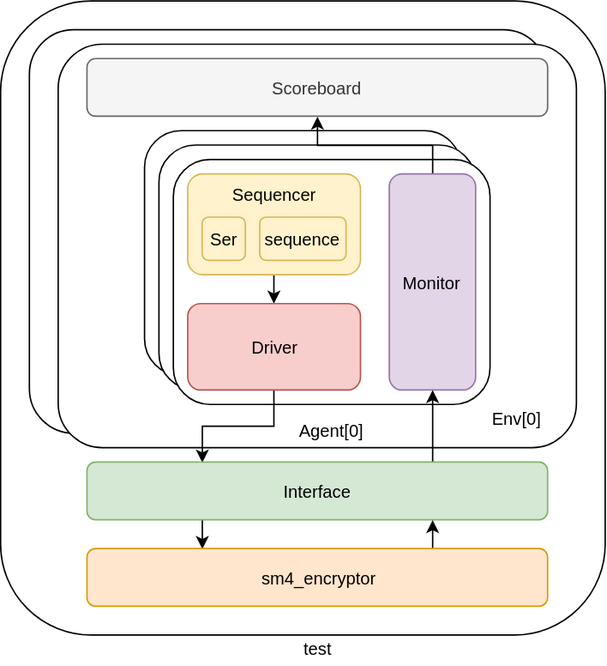
Earlier version of the draw.io export doc/uvm.svg (buzhonghua/SM4Encryptor). Source tidied: cells renumbered, new cells last; positions are measured from the earlier drawing's top-left corner, leaving out a move shared by most shapes. Its diagram source:
```xml
<mxGraphModel>
  <root>
    <mxCell id="0" />
    <mxCell id="1" parent="0" />
    <mxCell id="2" style="rounded=1;whiteSpace=wrap;html=1;fillColor=none;" parent="1" vertex="1">
      <mxGeometry width="420" height="440" as="geometry" />
    </mxCell>
    <mxCell id="3" style="rounded=1;whiteSpace=wrap;html=1;arcSize=11;" parent="1" vertex="1">
      <mxGeometry x="20" y="20" width="360" height="280" as="geometry" />
    </mxCell>
    <mxCell id="4" style="rounded=1;whiteSpace=wrap;html=1;arcSize=11;" parent="1" vertex="1">
      <mxGeometry x="40" y="30" width="360" height="280" as="geometry" />
    </mxCell>
    <mxCell id="5" style="rounded=1;whiteSpace=wrap;html=1;" parent="1" vertex="1">
      <mxGeometry x="100" y="90" width="220" height="170" as="geometry" />
    </mxCell>
    <mxCell id="6" style="rounded=1;whiteSpace=wrap;html=1;" parent="1" vertex="1">
      <mxGeometry x="110" y="100" width="220" height="170" as="geometry" />
    </mxCell>
    <mxCell id="7" value="&lt;br&gt;&lt;br&gt;&lt;br&gt;&lt;br&gt;&lt;br&gt;&lt;br&gt;&lt;br&gt;&lt;br&gt;&lt;br&gt;&lt;br&gt;&lt;br&gt;&lt;br&gt;&lt;br&gt;&lt;br&gt;Agent[0]" style="rounded=1;whiteSpace=wrap;html=1;" parent="1" vertex="1">
      <mxGeometry x="120" y="110" width="220" height="170" as="geometry" />
    </mxCell>
    <mxCell id="8" value="Scoreboard" style="rounded=1;whiteSpace=wrap;html=1;fillColor=#f5f5f5;strokeColor=#666666;fontColor=#333333;" parent="1" vertex="1">
      <mxGeometry x="60" y="40" width="320" height="40" as="geometry" />
    </mxCell>
    <mxCell id="9" style="edgeStyle=orthogonalEdgeStyle;rounded=0;jettySize=auto;html=1;exitX=0.5;exitY=1;exitDx=0;exitDy=0;entryX=0.5;entryY=0;entryDx=0;entryDy=0;" parent="1" edge="1" source="10" target="14">
      <mxGeometry relative="1" as="geometry" />
    </mxCell>
    <mxCell id="10" value="Sequencer&lt;br&gt;&lt;br&gt;&lt;br&gt;&lt;br&gt;" style="rounded=1;whiteSpace=wrap;html=1;fillColor=#fff2cc;strokeColor=#d6b656;" parent="1" vertex="1">
      <mxGeometry x="130" y="120" width="120" height="70" as="geometry" />
    </mxCell>
    <mxCell id="11" value="sequence" style="rounded=1;whiteSpace=wrap;html=1;fillColor=#fff2cc;strokeColor=#d6b656;" parent="1" vertex="1">
      <mxGeometry x="180" y="150" width="60" height="30" as="geometry" />
    </mxCell>
    <mxCell id="12" value="Ser" style="rounded=1;whiteSpace=wrap;html=1;fillColor=#fff2cc;strokeColor=#d6b656;" parent="1" vertex="1">
      <mxGeometry x="140" y="150" width="30" height="30" as="geometry" />
    </mxCell>
    <mxCell id="13" style="edgeStyle=orthogonalEdgeStyle;rounded=0;jettySize=auto;html=1;exitX=0.5;exitY=1;exitDx=0;exitDy=0;entryX=0.25;entryY=0;entryDx=0;entryDy=0;" parent="1" edge="1" source="14" target="19">
      <mxGeometry relative="1" as="geometry" />
    </mxCell>
    <mxCell id="14" value="Driver" style="rounded=1;whiteSpace=wrap;html=1;fillColor=#f8cecc;strokeColor=#b85450;" parent="1" vertex="1">
      <mxGeometry x="130" y="210" width="120" height="60" as="geometry" />
    </mxCell>
    <mxCell id="15" style="edgeStyle=orthogonalEdgeStyle;rounded=0;jettySize=auto;html=1;exitX=0.5;exitY=0;exitDx=0;exitDy=0;entryX=0.5;entryY=1;entryDx=0;entryDy=0;" parent="1" edge="1" source="16" target="8">
      <mxGeometry relative="1" as="geometry" />
    </mxCell>
    <mxCell id="16" value="Monitor" style="rounded=1;whiteSpace=wrap;html=1;fillColor=#e1d5e7;strokeColor=#9673a6;" parent="1" vertex="1">
      <mxGeometry x="270" y="120" width="60" height="150" as="geometry" />
    </mxCell>
    <mxCell id="17" style="edgeStyle=orthogonalEdgeStyle;rounded=0;jettySize=auto;html=1;exitX=0.25;exitY=1;exitDx=0;exitDy=0;entryX=0.25;entryY=0;entryDx=0;entryDy=0;" parent="1" edge="1" source="19" target="21">
      <mxGeometry relative="1" as="geometry" />
    </mxCell>
    <mxCell id="18" style="edgeStyle=orthogonalEdgeStyle;rounded=0;jettySize=auto;html=1;exitX=0.75;exitY=0;exitDx=0;exitDy=0;entryX=0.5;entryY=1;entryDx=0;entryDy=0;" parent="1" edge="1" source="19" target="16">
      <mxGeometry relative="1" as="geometry" />
    </mxCell>
    <mxCell id="19" value="Interface" style="rounded=1;whiteSpace=wrap;html=1;fillColor=#d5e8d4;strokeColor=#82b366;" parent="1" vertex="1">
      <mxGeometry x="60" y="320" width="320" height="40" as="geometry" />
    </mxCell>
    <mxCell id="20" style="edgeStyle=orthogonalEdgeStyle;rounded=0;jettySize=auto;html=1;exitX=0.75;exitY=0;exitDx=0;exitDy=0;entryX=0.75;entryY=1;entryDx=0;entryDy=0;" parent="1" edge="1" source="21" target="19">
      <mxGeometry relative="1" as="geometry" />
    </mxCell>
    <mxCell id="21" value="sm4_encryptor" style="rounded=1;whiteSpace=wrap;html=1;fillColor=#ffe6cc;strokeColor=#d79b00;" parent="1" vertex="1">
      <mxGeometry x="60" y="380" width="320" height="40" as="geometry" />
    </mxCell>
    <mxCell id="22" value="Env[0]" style="text;html=1;align=left;verticalAlign=top;spacingTop=-4;" parent="1" vertex="1">
      <mxGeometry x="340" y="280" width="50" height="20" as="geometry" />
    </mxCell>
    <mxCell id="23" value="test" style="text;html=1;align=center;verticalAlign=top;spacingTop=-4;" parent="1" vertex="1">
      <mxGeometry x="205" y="440" width="30" height="20" as="geometry" />
    </mxCell>
  </root>
</mxGraphModel>
```
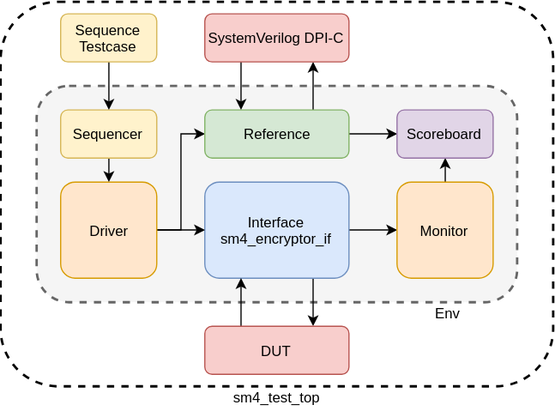
The same diagram one commit later.

Change to the diagram source:
```diff
@@ -2,71 +2,77 @@
   <root>
     <mxCell id="0" />
     <mxCell id="1" parent="0" />
-    <mxCell id="2" style="rounded=1;whiteSpace=wrap;html=1;fillColor=none;" parent="1" vertex="1">
-      <mxGeometry width="420" height="440" as="geometry" />
-    </mxCell>
-    <mxCell id="3" style="rounded=1;whiteSpace=wrap;html=1;arcSize=11;" parent="1" vertex="1">
-      <mxGeometry x="20" y="20" width="360" height="280" as="geometry" />
-    </mxCell>
-    <mxCell id="4" style="rounded=1;whiteSpace=wrap;html=1;arcSize=11;" parent="1" vertex="1">
-      <mxGeometry x="40" y="30" width="360" height="280" as="geometry" />
-    </mxCell>
-    <mxCell id="5" style="rounded=1;whiteSpace=wrap;html=1;" parent="1" vertex="1">
-      <mxGeometry x="100" y="90" width="220" height="170" as="geometry" />
-    </mxCell>
-    <mxCell id="6" style="rounded=1;whiteSpace=wrap;html=1;" parent="1" vertex="1">
-      <mxGeometry x="110" y="100" width="220" height="170" as="geometry" />
-    </mxCell>
-    <mxCell id="7" value="&lt;br&gt;&lt;br&gt;&lt;br&gt;&lt;br&gt;&lt;br&gt;&lt;br&gt;&lt;br&gt;&lt;br&gt;&lt;br&gt;&lt;br&gt;&lt;br&gt;&lt;br&gt;&lt;br&gt;&lt;br&gt;Agent[0]" style="rounded=1;whiteSpace=wrap;html=1;" parent="1" vertex="1">
-      <mxGeometry x="120" y="110" width="220" height="170" as="geometry" />
-    </mxCell>
-    <mxCell id="8" value="Scoreboard" style="rounded=1;whiteSpace=wrap;html=1;fillColor=#f5f5f5;strokeColor=#666666;fontColor=#333333;" parent="1" vertex="1">
-      <mxGeometry x="60" y="40" width="320" height="40" as="geometry" />
-    </mxCell>
-    <mxCell id="9" style="edgeStyle=orthogonalEdgeStyle;rounded=0;jettySize=auto;html=1;exitX=0.5;exitY=1;exitDx=0;exitDy=0;entryX=0.5;entryY=0;entryDx=0;entryDy=0;" parent="1" edge="1" source="10" target="14">
-      <mxGeometry relative="1" as="geometry" />
-    </mxCell>
-    <mxCell id="10" value="Sequencer&lt;br&gt;&lt;br&gt;&lt;br&gt;&lt;br&gt;" style="rounded=1;whiteSpace=wrap;html=1;fillColor=#fff2cc;strokeColor=#d6b656;" parent="1" vertex="1">
-      <mxGeometry x="130" y="120" width="120" height="70" as="geometry" />
-    </mxCell>
-    <mxCell id="11" value="sequence" style="rounded=1;whiteSpace=wrap;html=1;fillColor=#fff2cc;strokeColor=#d6b656;" parent="1" vertex="1">
-      <mxGeometry x="180" y="150" width="60" height="30" as="geometry" />
-    </mxCell>
-    <mxCell id="12" value="Ser" style="rounded=1;whiteSpace=wrap;html=1;fillColor=#fff2cc;strokeColor=#d6b656;" parent="1" vertex="1">
-      <mxGeometry x="140" y="150" width="30" height="30" as="geometry" />
-    </mxCell>
-    <mxCell id="13" style="edgeStyle=orthogonalEdgeStyle;rounded=0;jettySize=auto;html=1;exitX=0.5;exitY=1;exitDx=0;exitDy=0;entryX=0.25;entryY=0;entryDx=0;entryDy=0;" parent="1" edge="1" source="14" target="19">
-      <mxGeometry relative="1" as="geometry" />
-    </mxCell>
+    <mxCell id="24" style="rounded=1;whiteSpace=wrap;html=1;dashed=1;strokeWidth=2;" parent="1" vertex="1">
+      <mxGeometry x="130" y="-30" width="460" height="320" as="geometry" />
+    </mxCell>
+    <mxCell id="25" style="rounded=1;whiteSpace=wrap;html=1;fillColor=#f5f5f5;strokeColor=#666666;fontColor=#333333;strokeWidth=2;dashed=1;" parent="1" vertex="1">
+      <mxGeometry x="160" y="40" width="400" height="180" as="geometry" />
+    </mxCell>
+    <mxCell id="26" style="edgeStyle=orthogonalEdgeStyle;rounded=0;jettySize=auto;html=1;exitX=1;exitY=0.5;exitDx=0;exitDy=0;entryX=0;entryY=0.5;entryDx=0;entryDy=0;" parent="1" edge="1" source="28" target="16">
+      <mxGeometry relative="1" as="geometry" />
+    </mxCell>
+    <mxCell id="27" style="edgeStyle=orthogonalEdgeStyle;rounded=0;jettySize=auto;html=1;exitX=0.75;exitY=1;exitDx=0;exitDy=0;entryX=0.75;entryY=0;entryDx=0;entryDy=0;" parent="1" edge="1" source="28" target="37">
+      <mxGeometry relative="1" as="geometry" />
+    </mxCell>
+    <mxCell id="28" value="Interface&lt;br&gt;sm4_encryptor_if" style="rounded=1;whiteSpace=wrap;html=1;fillColor=#dae8fc;strokeColor=#6c8ebf;" parent="1" vertex="1">
+      <mxGeometry x="300" y="120" width="120" height="80" as="geometry" />
+    </mxCell>
+    <mxCell id="29" style="edgeStyle=orthogonalEdgeStyle;rounded=0;jettySize=auto;html=1;exitX=1;exitY=0.5;exitDx=0;exitDy=0;entryX=0;entryY=0.5;entryDx=0;entryDy=0;" parent="1" edge="1" source="14" target="28">
+      <mxGeometry relative="1" as="geometry" />
+    </mxCell>
+    <mxCell id="30" style="edgeStyle=orthogonalEdgeStyle;rounded=0;jettySize=auto;html=1;exitX=1;exitY=0.5;exitDx=0;exitDy=0;entryX=0;entryY=0.5;entryDx=0;entryDy=0;" parent="1" edge="1" source="14" target="33">
+      <mxGeometry relative="1" as="geometry" />
+    </mxCell>
-    <mxCell id="14" value="Driver" style="rounded=1;whiteSpace=wrap;html=1;fillColor=#f8cecc;strokeColor=#b85450;" parent="1" vertex="1">
-      <mxGeometry x="130" y="210" width="120" height="60" as="geometry" />
+    <mxCell id="14" value="Driver" style="rounded=1;whiteSpace=wrap;html=1;fillColor=#ffe6cc;strokeColor=#d79b00;" parent="1" vertex="1">
+      <mxGeometry x="180" y="120" width="80" height="80" as="geometry" />
     </mxCell>
     <mxCell id="15" style="edgeStyle=orthogonalEdgeStyle;rounded=0;jettySize=auto;html=1;exitX=0.5;exitY=0;exitDx=0;exitDy=0;entryX=0.5;entryY=1;entryDx=0;entryDy=0;" parent="1" edge="1" source="16" target="8">
       <mxGeometry relative="1" as="geometry" />
     </mxCell>
-    <mxCell id="16" value="Monitor" style="rounded=1;whiteSpace=wrap;html=1;fillColor=#e1d5e7;strokeColor=#9673a6;" parent="1" vertex="1">
-      <mxGeometry x="270" y="120" width="60" height="150" as="geometry" />
+    <mxCell id="16" value="Monitor" style="rounded=1;whiteSpace=wrap;html=1;fillColor=#ffe6cc;strokeColor=#d79b00;" parent="1" vertex="1">
+      <mxGeometry x="460" y="120" width="80" height="80" as="geometry" />
     </mxCell>
-    <mxCell id="17" style="edgeStyle=orthogonalEdgeStyle;rounded=0;jettySize=auto;html=1;exitX=0.25;exitY=1;exitDx=0;exitDy=0;entryX=0.25;entryY=0;entryDx=0;entryDy=0;" parent="1" edge="1" source="19" target="21">
-      <mxGeometry relative="1" as="geometry" />
-    </mxCell>
-    <mxCell id="18" style="edgeStyle=orthogonalEdgeStyle;rounded=0;jettySize=auto;html=1;exitX=0.75;exitY=0;exitDx=0;exitDy=0;entryX=0.5;entryY=1;entryDx=0;entryDy=0;" parent="1" edge="1" source="19" target="16">
-      <mxGeometry relative="1" as="geometry" />
-    </mxCell>
-    <mxCell id="19" value="Interface" style="rounded=1;whiteSpace=wrap;html=1;fillColor=#d5e8d4;strokeColor=#82b366;" parent="1" vertex="1">
-      <mxGeometry x="60" y="320" width="320" height="40" as="geometry" />
-    </mxCell>
-    <mxCell id="20" style="edgeStyle=orthogonalEdgeStyle;rounded=0;jettySize=auto;html=1;exitX=0.75;exitY=0;exitDx=0;exitDy=0;entryX=0.75;entryY=1;entryDx=0;entryDy=0;" parent="1" edge="1" source="21" target="19">
-      <mxGeometry relative="1" as="geometry" />
-    </mxCell>
-    <mxCell id="21" value="sm4_encryptor" style="rounded=1;whiteSpace=wrap;html=1;fillColor=#ffe6cc;strokeColor=#d79b00;" parent="1" vertex="1">
-      <mxGeometry x="60" y="380" width="320" height="40" as="geometry" />
-    </mxCell>
-    <mxCell id="22" value="Env[0]" style="text;html=1;align=left;verticalAlign=top;spacingTop=-4;" parent="1" vertex="1">
-      <mxGeometry x="340" y="280" width="50" height="20" as="geometry" />
-    </mxCell>
-    <mxCell id="23" value="test" style="text;html=1;align=center;verticalAlign=top;spacingTop=-4;" parent="1" vertex="1">
-      <mxGeometry x="205" y="440" width="30" height="20" as="geometry" />
-    </mxCell>
+    <mxCell id="31" style="edgeStyle=orthogonalEdgeStyle;rounded=0;jettySize=auto;html=1;exitX=0.75;exitY=0;exitDx=0;exitDy=0;entryX=0.75;entryY=1;entryDx=0;entryDy=0;" parent="1" edge="1" source="33" target="35">
+      <mxGeometry relative="1" as="geometry" />
+    </mxCell>
+    <mxCell id="32" style="edgeStyle=orthogonalEdgeStyle;rounded=0;jettySize=auto;html=1;exitX=1;exitY=0.5;exitDx=0;exitDy=0;entryX=0;entryY=0.5;entryDx=0;entryDy=0;" parent="1" edge="1" source="33" target="8">
+      <mxGeometry relative="1" as="geometry" />
+    </mxCell>
+    <mxCell id="33" value="Reference" style="rounded=1;whiteSpace=wrap;html=1;fillColor=#d5e8d4;strokeColor=#82b366;" parent="1" vertex="1">
+      <mxGeometry x="300" y="60" width="120" height="40" as="geometry" />
+    </mxCell>
+    <mxCell id="34" style="edgeStyle=orthogonalEdgeStyle;rounded=0;jettySize=auto;html=1;exitX=0.25;exitY=1;exitDx=0;exitDy=0;entryX=0.25;entryY=0;entryDx=0;entryDy=0;" parent="1" edge="1" source="35" target="33">
+      <mxGeometry relative="1" as="geometry" />
+    </mxCell>
+    <mxCell id="35" value="SystemVerilog DPI-C" style="rounded=1;whiteSpace=wrap;html=1;fillColor=#f8cecc;strokeColor=#b85450;" parent="1" vertex="1">
+      <mxGeometry x="300" y="-20" width="120" height="40" as="geometry" />
+    </mxCell>
+    <mxCell id="36" style="edgeStyle=orthogonalEdgeStyle;rounded=0;jettySize=auto;html=1;exitX=0.25;exitY=0;exitDx=0;exitDy=0;entryX=0.25;entryY=1;entryDx=0;entryDy=0;" parent="1" edge="1" source="37" target="28">
+      <mxGeometry relative="1" as="geometry" />
+    </mxCell>
+    <mxCell id="37" value="DUT" style="rounded=1;whiteSpace=wrap;html=1;fillColor=#f8cecc;strokeColor=#b85450;" parent="1" vertex="1">
+      <mxGeometry x="300" y="240" width="120" height="40" as="geometry" />
+    </mxCell>
+    <mxCell id="9" style="edgeStyle=orthogonalEdgeStyle;rounded=0;jettySize=auto;html=1;exitX=0.5;exitY=1;exitDx=0;exitDy=0;entryX=0.5;entryY=0;entryDx=0;entryDy=0;" parent="1" edge="1" source="10" target="14">
+      <mxGeometry relative="1" as="geometry" />
+    </mxCell>
+    <mxCell id="10" value="Sequencer" style="rounded=1;whiteSpace=wrap;html=1;fillColor=#fff2cc;strokeColor=#d6b656;" parent="1" vertex="1">
+      <mxGeometry x="180" y="60" width="80" height="40" as="geometry" />
+    </mxCell>
+    <mxCell id="8" value="Scoreboard" style="rounded=1;whiteSpace=wrap;html=1;fillColor=#e1d5e7;strokeColor=#9673a6;" parent="1" vertex="1">
+      <mxGeometry x="460" y="60" width="80" height="40" as="geometry" />
+    </mxCell>
+    <mxCell id="38" value="Env" style="text;html=1;align=left;verticalAlign=top;spacingTop=-4;" parent="1" vertex="1">
+      <mxGeometry x="490" y="220" width="40" height="20" as="geometry" />
+    </mxCell>
+    <mxCell id="39" style="edgeStyle=orthogonalEdgeStyle;rounded=0;jettySize=auto;html=1;exitX=0.5;exitY=1;exitDx=0;exitDy=0;entryX=0.5;entryY=0;entryDx=0;entryDy=0;" parent="1" edge="1" source="40" target="10">
+      <mxGeometry relative="1" as="geometry" />
+    </mxCell>
+    <mxCell id="40" value="Sequence&lt;br&gt;Testcase" style="rounded=1;whiteSpace=wrap;html=1;fillColor=#fff2cc;strokeColor=#d6b656;" parent="1" vertex="1">
+      <mxGeometry x="180" y="-20" width="80" height="40" as="geometry" />
+    </mxCell>
+    <mxCell id="41" value="sm4_test_top" style="text;html=1;align=center;verticalAlign=top;spacingTop=-4;" parent="1" vertex="1">
+      <mxGeometry x="315" y="290" width="90" height="20" as="geometry" />
+    </mxCell>
   </root>
 </mxGraphModel>
```
